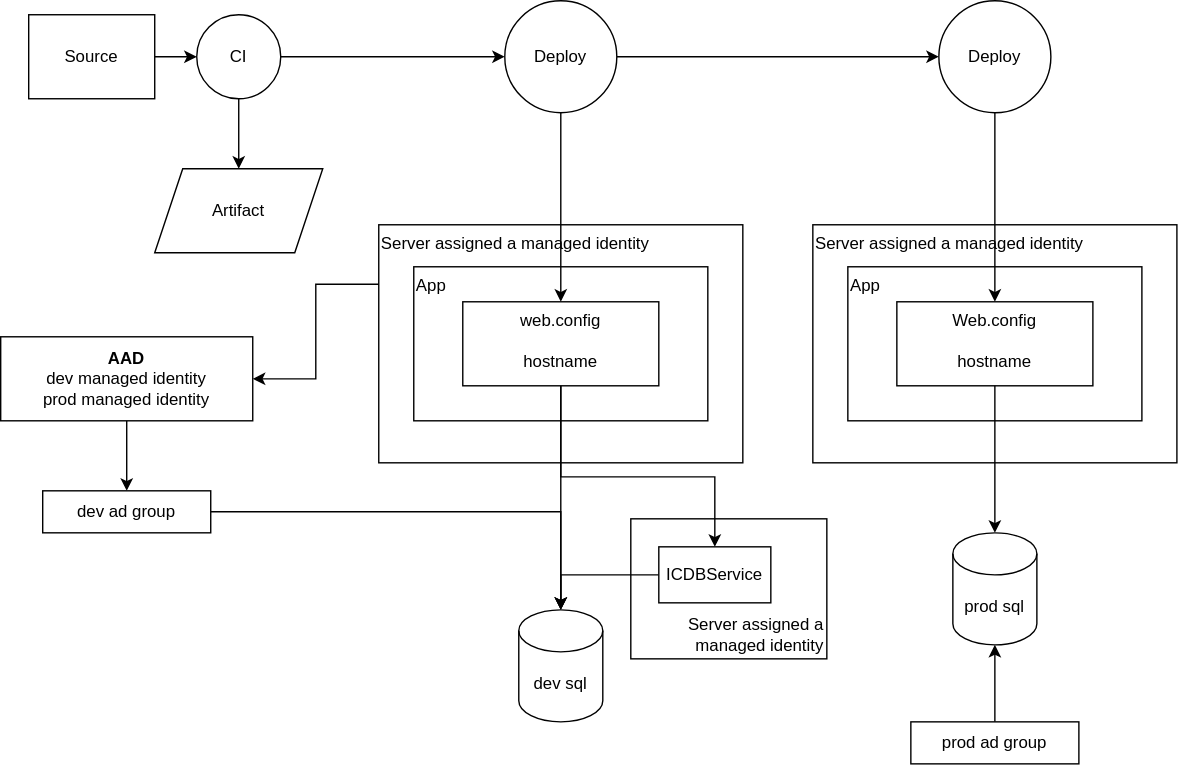
vjavle/invoicecloud keeps this draw.io diagram as connectionstring.svg. Above is the earlier version. Source tidied: cells renumbered, new cells last; positions are measured from the earlier drawing's top-left corner, leaving out a move shared by most shapes.
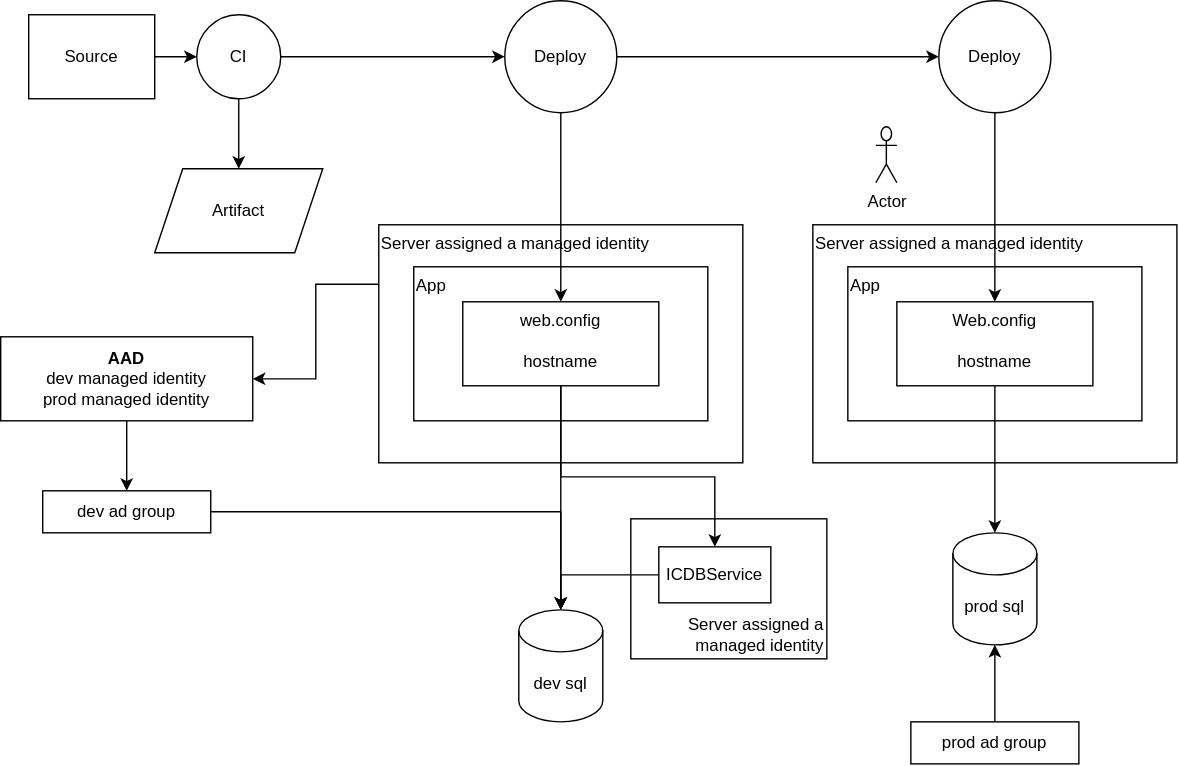
Above is the later version.

Change to the diagram source:
```diff
@@ -103,5 +103,8 @@
     <mxCell id="33" value="ICDBService" style="rounded=0;whiteSpace=wrap;html=1;" parent="1" vertex="1">
       <mxGeometry x="470" y="390" width="80" height="40" as="geometry" />
     </mxCell>
+    <mxCell id="34" value="Actor" style="shape=umlActor;verticalLabelPosition=bottom;verticalAlign=top;html=1;" parent="1" vertex="1">
+      <mxGeometry x="625" y="90" width="15" height="40" as="geometry" />
+    </mxCell>
   </root>
 </mxGraphModel>
```
